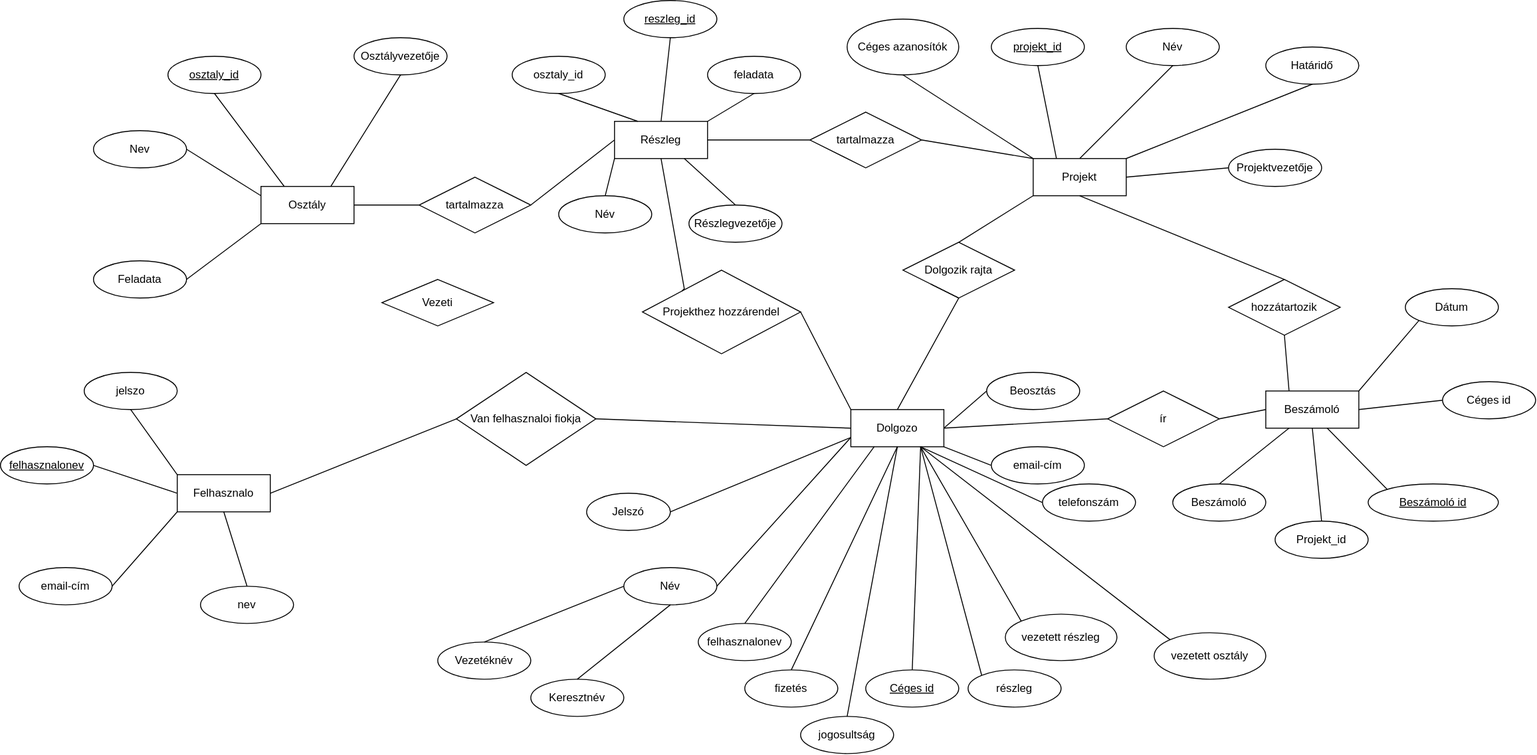
Before: adatb.drawio.svg, a diagram exported from draw.io (Alfonz33/adatbazis-projektmunka). Source tidied: cells renumbered, new cells last; positions are measured from the earlier drawing's top-left corner, leaving out a move shared by most shapes.
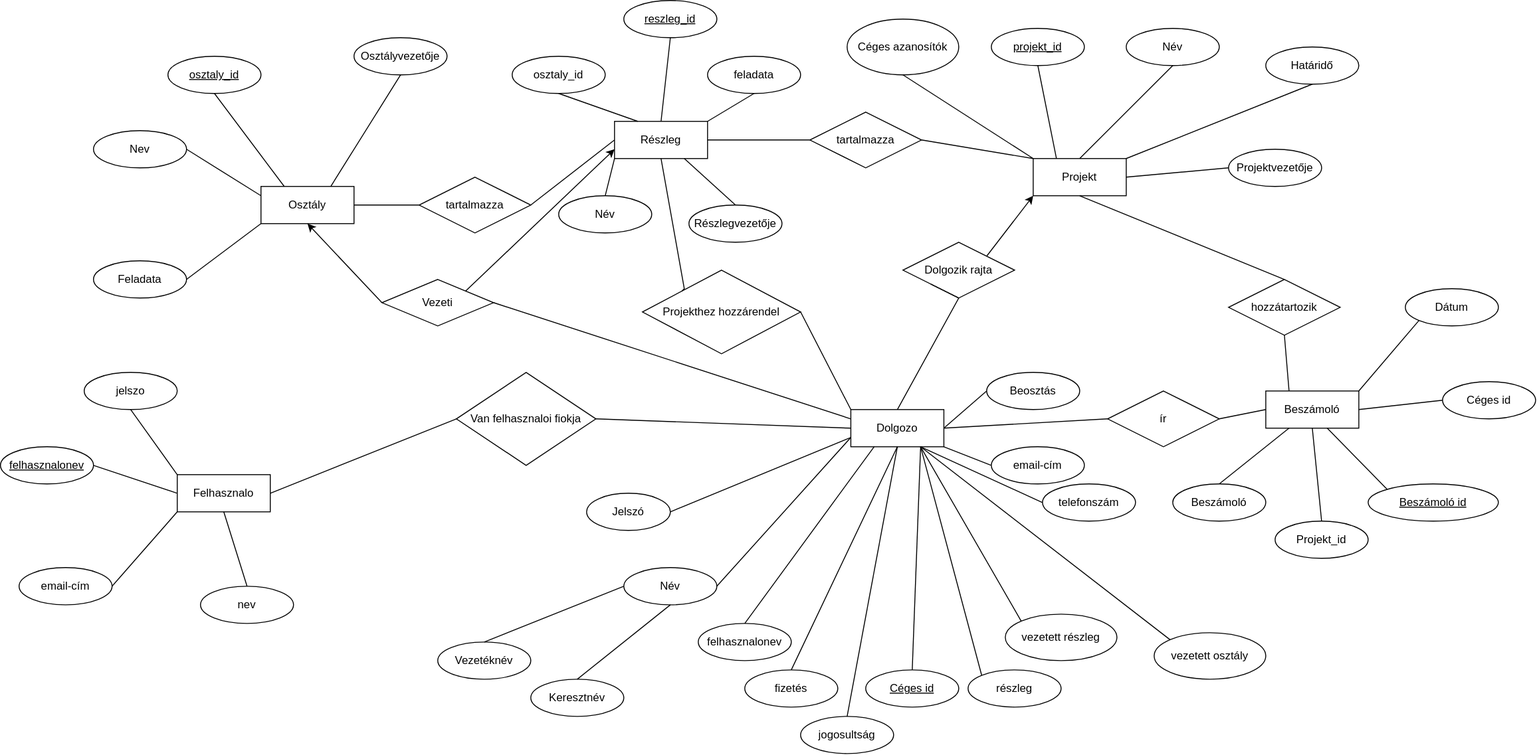
The same diagram one commit later.

Change to the diagram source:
```diff
@@ -167,9 +167,6 @@
     <mxCell id="56" value="ír" style="shape=rhombus;perimeter=rhombusPerimeter;whiteSpace=wrap;html=1;align=center;" parent="1" vertex="1">
       <mxGeometry x="1190" y="420" width="120" height="60" as="geometry" />
     </mxCell>
-    <mxCell id="57" style="endArrow=none;html=1;rounded=0;entryX=0;entryY=1;entryDx=0;entryDy=0;exitX=0.5;exitY=0;exitDx=0;exitDy=0;" parent="1" edge="1" source="58" target="8">
-      <mxGeometry relative="1" as="geometry" />
-    </mxCell>
     <mxCell id="58" value="Dolgozik rajta" style="shape=rhombus;perimeter=rhombusPerimeter;whiteSpace=wrap;html=1;align=center;" parent="1" vertex="1">
       <mxGeometry x="970" y="260" width="120" height="60" as="geometry" />
     </mxCell>
@@ -322,5 +319,17 @@
     <mxCell id="105" value="Vezeti" style="shape=rhombus;perimeter=rhombusPerimeter;whiteSpace=wrap;html=1;align=center;" parent="1" vertex="1">
       <mxGeometry x="410" y="300" width="120" height="50" as="geometry" />
     </mxCell>
+    <mxCell id="106" style="endArrow=none;html=1;rounded=0;exitX=1;exitY=0.5;exitDx=0;exitDy=0;entryX=0;entryY=0.25;entryDx=0;entryDy=0;" parent="1" edge="1" source="105" target="2">
+      <mxGeometry relative="1" as="geometry" />
+    </mxCell>
+    <mxCell id="107" style="endArrow=classic;html=1;rounded=0;entryX=0.5;entryY=1;entryDx=0;entryDy=0;exitX=0;exitY=0.5;exitDx=0;exitDy=0;" parent="1" edge="1" source="105" target="11">
+      <mxGeometry relative="1" as="geometry" />
+    </mxCell>
+    <mxCell id="108" style="endArrow=classic;html=1;rounded=0;exitX=1;exitY=0;exitDx=0;exitDy=0;entryX=0;entryY=0.75;entryDx=0;entryDy=0;" parent="1" edge="1" source="105" target="7">
+      <mxGeometry relative="1" as="geometry" />
+    </mxCell>
+    <mxCell id="57" style="endArrow=classic;html=1;rounded=0;exitX=1;exitY=0;exitDx=0;exitDy=0;entryX=0;entryY=1;entryDx=0;entryDy=0;" parent="1" edge="1" source="58" target="8">
+      <mxGeometry relative="1" as="geometry" />
+    </mxCell>
   </root>
 </mxGraphModel>
```
